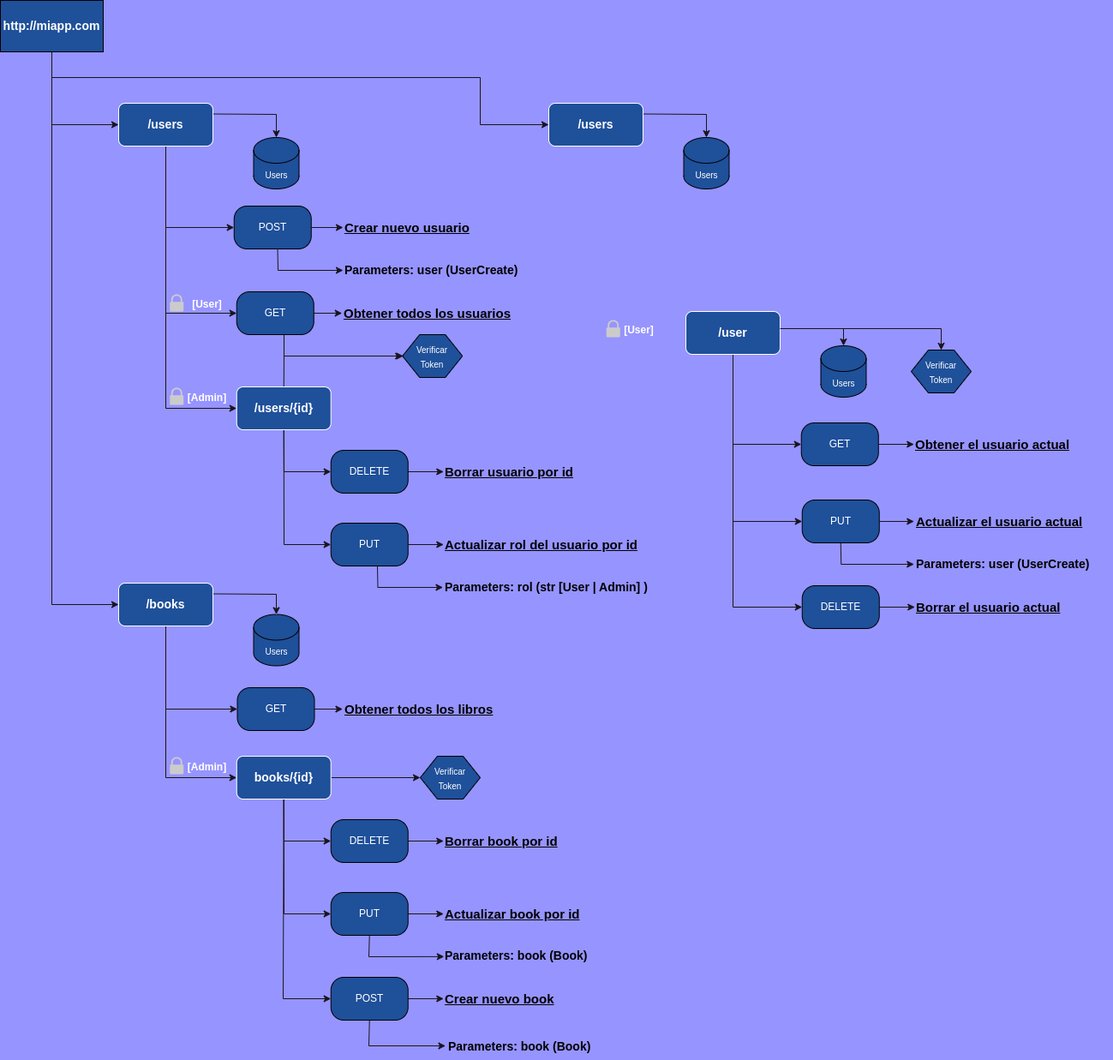
Jav-mol/api_users keeps this draw.io diagram as app/diagram.drawio.png. Above is the earlier version. Source tidied: cells renumbered, new cells last; positions are measured from the earlier drawing's top-left corner, leaving out a move shared by most shapes.
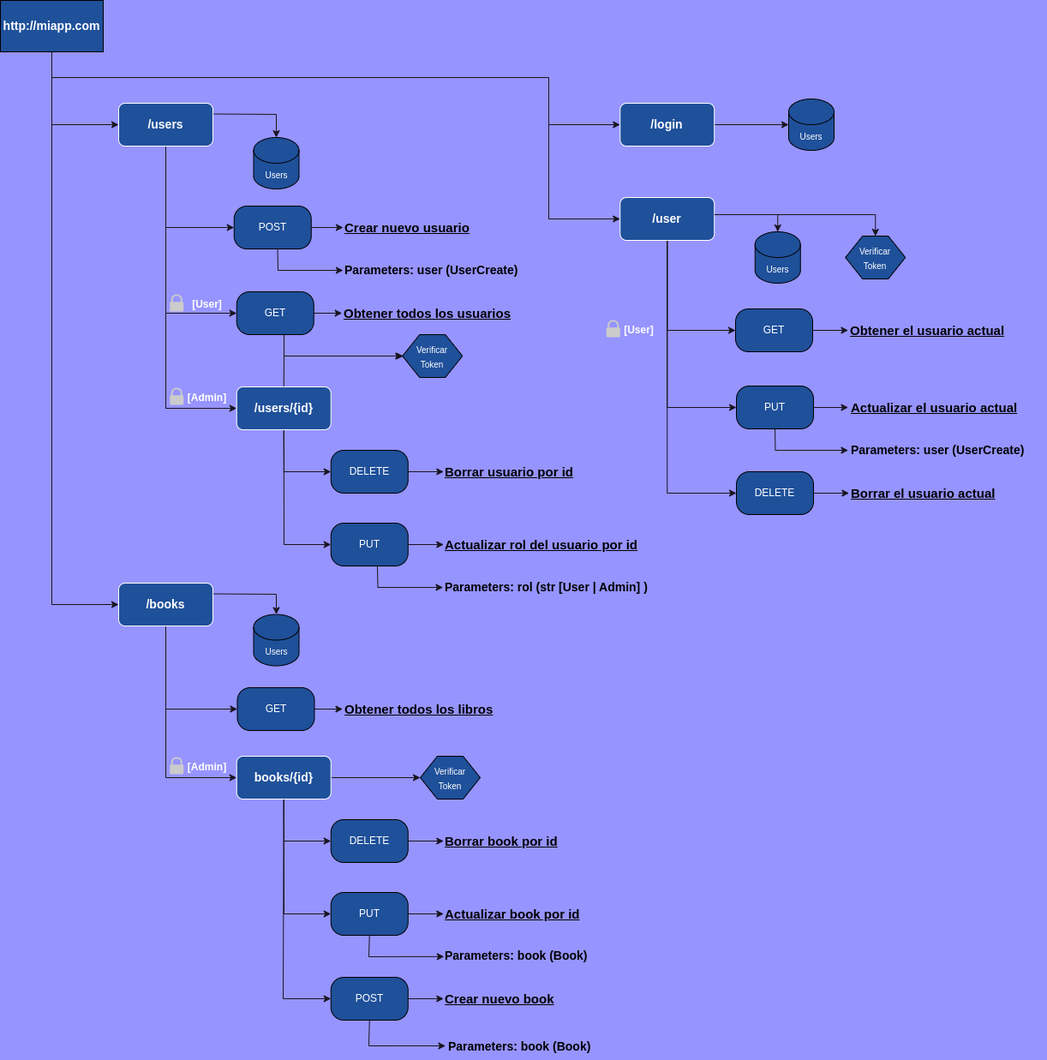
The same diagram one commit later.

Commit message:
diagram login 2

Diff of the diagram source:
```diff
@@ -20,11 +20,20 @@
       <mxGeometry relative="1" as="geometry">
         <Array as="points">
           <mxPoint x="60" y="90" />
-          <mxPoint x="560" y="90" />
-          <mxPoint x="560" y="145" />
+          <mxPoint x="640" y="90" />
+          <mxPoint x="640" y="145" />
         </Array>
       </mxGeometry>
     </mxCell>
+    <mxCell id="91" style="edgeStyle=none;rounded=0;html=1;exitX=0.5;exitY=1;exitDx=0;exitDy=0;entryX=0;entryY=0.5;entryDx=0;entryDy=0;strokeColor=#18141D;" parent="1" edge="1" source="5" target="12">
+      <mxGeometry relative="1" as="geometry">
+        <Array as="points">
+          <mxPoint x="60" y="90" />
+          <mxPoint x="640" y="90" />
+          <mxPoint x="640" y="255" />
+        </Array>
+      </mxGeometry>
+    </mxCell>
     <mxCell id="5" value="&lt;font style=&quot;font-size: 14px;&quot;&gt;http://miapp.com&lt;/font&gt;" style="rounded=0;whiteSpace=wrap;html=1;fillColor=#1F509A;fontStyle=1;fontColor=#FFFFFF;" parent="1" vertex="1">
       <mxGeometry width="120" height="60" as="geometry" />
     </mxCell>
@@ -36,44 +45,44 @@
     </mxCell>
     <mxCell id="8" style="edgeStyle=none;rounded=0;html=1;entryX=0.5;entryY=0;entryDx=0;entryDy=0;entryPerimeter=0;strokeColor=#18141D;fontSize=14;" parent="1" edge="1" target="17">
       <mxGeometry relative="1" as="geometry">
-        <mxPoint x="869" y="383" as="sourcePoint" />
+        <mxPoint x="792.2" y="250" as="sourcePoint" />
         <Array as="points">
-          <mxPoint x="984" y="383" />
+          <mxPoint x="907.2" y="250" />
         </Array>
       </mxGeometry>
     </mxCell>
     <mxCell id="9" style="edgeStyle=none;rounded=0;html=1;exitX=0.5;exitY=1;exitDx=0;exitDy=0;strokeColor=#18141D;fontSize=14;entryX=0;entryY=0.5;entryDx=0;entryDy=0;" parent="1" edge="1" source="12" target="22">
       <mxGeometry relative="1" as="geometry">
         <Array as="points">
-          <mxPoint x="855" y="608" />
+          <mxPoint x="778.2" y="475" />
         </Array>
       </mxGeometry>
     </mxCell>
     <mxCell id="10" style="edgeStyle=none;rounded=0;html=1;exitX=0.5;exitY=1;exitDx=0;exitDy=0;entryX=0;entryY=0.5;entryDx=0;entryDy=0;strokeColor=#18141D;fontSize=14;" parent="1" edge="1" source="12" target="16">
       <mxGeometry relative="1" as="geometry">
         <Array as="points">
-          <mxPoint x="855" y="518" />
+          <mxPoint x="778.2" y="385" />
         </Array>
       </mxGeometry>
     </mxCell>
     <mxCell id="11" style="edgeStyle=none;rounded=0;html=1;exitX=0.5;exitY=1;exitDx=0;exitDy=0;entryX=0;entryY=0.5;entryDx=0;entryDy=0;strokeColor=#18141D;fontSize=15;" parent="1" edge="1" source="12" target="26">
       <mxGeometry relative="1" as="geometry">
         <Array as="points">
-          <mxPoint x="855" y="708" />
+          <mxPoint x="778.2" y="575" />
         </Array>
       </mxGeometry>
     </mxCell>
     <mxCell id="12" value="&lt;font style=&quot;font-size: 14px;&quot;&gt;&lt;b&gt;/user&lt;/b&gt;&lt;/font&gt;" style="rounded=1;whiteSpace=wrap;html=1;strokeColor=#FFFFFF;fillColor=#1F509A;fontColor=#FFFFFF;" parent="1" vertex="1">
-      <mxGeometry x="800" y="363" width="110" height="50" as="geometry" />
+      <mxGeometry x="723.2" y="230" width="110" height="50" as="geometry" />
     </mxCell>
     <mxCell id="13" value="&lt;u style=&quot;font-size: 15px;&quot;&gt;&lt;b style=&quot;font-size: 15px;&quot;&gt;Obtener el usuario actual&lt;/b&gt;&lt;/u&gt;" style="text;html=1;align=left;verticalAlign=middle;points=[];strokeColor=none;fillColor=none;fontSize=15;" parent="1" vertex="1">
-      <mxGeometry x="1066.2" y="503" width="200" height="30" as="geometry" />
+      <mxGeometry x="989.5" y="370" width="200" height="30" as="geometry" />
     </mxCell>
     <mxCell id="14" style="edgeStyle=none;html=1;fontSize=14;entryX=0.5;entryY=0;entryDx=0;entryDy=0;strokeColor=#18141D;fontColor=#FFFFFF;rounded=0;" parent="1" edge="1" target="18">
       <mxGeometry relative="1" as="geometry">
-        <mxPoint x="910" y="383" as="sourcePoint" />
+        <mxPoint x="833.2" y="250" as="sourcePoint" />
         <Array as="points">
-          <mxPoint x="1098" y="383" />
+          <mxPoint x="1021.2" y="250" />
         </Array>
       </mxGeometry>
     </mxCell>
@@ -81,44 +90,44 @@
       <mxGeometry relative="1" as="geometry" />
     </mxCell>
     <mxCell id="16" value="GET" style="rounded=1;whiteSpace=wrap;html=1;arcSize=30;fillColor=#1F509A;fontColor=#FFFFFF;" parent="1" vertex="1">
-      <mxGeometry x="934.8" y="493" width="90" height="50" as="geometry" />
+      <mxGeometry x="858" y="360" width="90" height="50" as="geometry" />
     </mxCell>
     <mxCell id="17" value="&lt;font style=&quot;font-size: 10px;&quot;&gt;Users&lt;/font&gt;" style="shape=cylinder3;whiteSpace=wrap;html=1;boundedLbl=1;backgroundOutline=1;size=15;strokeWidth=1;fontSize=14;fillColor=#1F509A;fontColor=#FFFFFF;" parent="1" vertex="1">
-      <mxGeometry x="957.5" y="403" width="53" height="60" as="geometry" />
+      <mxGeometry x="880.8" y="270" width="53" height="60" as="geometry" />
     </mxCell>
     <mxCell id="18" value="&lt;font style=&quot;font-size: 10px;&quot;&gt;Verificar &lt;br&gt;Token&lt;/font&gt;" style="shape=hexagon;perimeter=hexagonPerimeter2;whiteSpace=wrap;html=1;fixedSize=1;strokeWidth=1;fontSize=14;fillColor=#1F509A;fontColor=#FFFFFF;" parent="1" vertex="1">
-      <mxGeometry x="1063" y="408" width="70" height="50" as="geometry" />
+      <mxGeometry x="986.2" y="275" width="70" height="50" as="geometry" />
     </mxCell>
     <mxCell id="19" value="&lt;u style=&quot;font-size: 15px;&quot;&gt;&lt;b style=&quot;font-size: 15px;&quot;&gt;Actualizar el usuario actual&lt;/b&gt;&lt;/u&gt;" style="text;html=1;align=left;verticalAlign=middle;strokeColor=none;fillColor=none;fontSize=15;" parent="1" vertex="1">
-      <mxGeometry x="1067.2" y="593" width="220" height="30" as="geometry" />
+      <mxGeometry x="990.5" y="460" width="220" height="30" as="geometry" />
     </mxCell>
     <mxCell id="20" style="edgeStyle=none;html=1;exitX=1;exitY=0.5;exitDx=0;exitDy=0;strokeColor=#18141D;fontColor=#FFFFFF;" parent="1" edge="1" source="22">
       <mxGeometry relative="1" as="geometry">
-        <mxPoint x="1066.2" y="608" as="targetPoint" />
+        <mxPoint x="989.5" y="475" as="targetPoint" />
       </mxGeometry>
     </mxCell>
     <mxCell id="21" style="edgeStyle=none;rounded=0;html=1;exitX=0.5;exitY=1;exitDx=0;exitDy=0;strokeColor=#18141D;fontSize=14;" parent="1" edge="1" source="22">
       <mxGeometry relative="1" as="geometry">
-        <mxPoint x="1066.2" y="658" as="targetPoint" />
+        <mxPoint x="989.5" y="525" as="targetPoint" />
         <Array as="points">
-          <mxPoint x="981.2" y="658" />
+          <mxPoint x="904.5" y="525" />
         </Array>
       </mxGeometry>
     </mxCell>
     <mxCell id="22" value="PUT" style="rounded=1;whiteSpace=wrap;html=1;arcSize=30;fillColor=#1F509A;fontColor=#FFFFFF;" parent="1" vertex="1">
-      <mxGeometry x="935.8" y="583" width="90" height="50" as="geometry" />
+      <mxGeometry x="859" y="450" width="90" height="50" as="geometry" />
     </mxCell>
     <mxCell id="23" value="&lt;b&gt;Parameters: user (UserCreate)&lt;/b&gt;" style="text;html=1;align=left;verticalAlign=middle;strokeColor=none;fillColor=none;fontSize=14;" parent="1" vertex="1">
-      <mxGeometry x="1067.2" y="643" width="230" height="30" as="geometry" />
+      <mxGeometry x="990.5" y="510" width="230" height="30" as="geometry" />
     </mxCell>
     <mxCell id="24" value="&lt;u style=&quot;font-size: 15px;&quot;&gt;&lt;b style=&quot;font-size: 15px;&quot;&gt;Borrar el usuario actual&lt;/b&gt;&lt;/u&gt;" style="text;html=1;align=left;verticalAlign=middle;points=[];strokeColor=none;fillColor=none;fontSize=15;" parent="1" vertex="1">
-      <mxGeometry x="1067.2" y="693" width="190" height="30" as="geometry" />
+      <mxGeometry x="990.5" y="560" width="190" height="30" as="geometry" />
     </mxCell>
     <mxCell id="25" style="edgeStyle=none;rounded=0;html=1;strokeColor=#18141D;fontSize=14;" parent="1" edge="1" source="26" target="24">
       <mxGeometry relative="1" as="geometry" />
     </mxCell>
     <mxCell id="26" value="DELETE" style="rounded=1;whiteSpace=wrap;html=1;arcSize=30;fillColor=#1F509A;fontColor=#FFFFFF;" parent="1" vertex="1">
-      <mxGeometry x="935.8" y="683" width="90" height="50" as="geometry" />
+      <mxGeometry x="859" y="550" width="90" height="50" as="geometry" />
     </mxCell>
     <mxCell id="27" style="edgeStyle=none;rounded=0;html=1;exitX=0.5;exitY=1;exitDx=0;exitDy=0;entryX=0;entryY=0.5;entryDx=0;entryDy=0;strokeColor=#18141D;fontSize=15;" parent="1" edge="1" source="31" target="39">
       <mxGeometry relative="1" as="geometry">
@@ -380,18 +389,14 @@
     <mxCell id="87" value="&lt;b&gt;&amp;nbsp;Parameters: book (Book)&lt;/b&gt;" style="text;html=1;align=left;verticalAlign=middle;points=[];strokeColor=none;fillColor=none;fontSize=14;" parent="1" vertex="1">
       <mxGeometry x="517.2" y="1206" width="190" height="30" as="geometry" />
     </mxCell>
-    <mxCell id="88" style="edgeStyle=none;rounded=0;html=1;exitX=1;exitY=0.25;exitDx=0;exitDy=0;entryX=0.5;entryY=0;entryDx=0;entryDy=0;entryPerimeter=0;strokeColor=#18141D;" parent="1" edge="1" source="89" target="90">
-      <mxGeometry relative="1" as="geometry">
-        <Array as="points">
-          <mxPoint x="824" y="133" />
-        </Array>
-      </mxGeometry>
+    <mxCell id="88" style="edgeStyle=none;rounded=0;html=1;exitX=1;exitY=0.5;exitDx=0;exitDy=0;entryX=0;entryY=0.5;entryDx=0;entryDy=0;entryPerimeter=0;strokeColor=#18141D;" parent="1" edge="1" source="89" target="90">
+      <mxGeometry relative="1" as="geometry" />
     </mxCell>
-    <mxCell id="89" value="&lt;font style=&quot;font-size: 14px;&quot;&gt;&lt;b&gt;/users&lt;/b&gt;&lt;/font&gt;" style="rounded=1;whiteSpace=wrap;html=1;strokeColor=#FFFFFF;fillColor=#1F509A;fontColor=#FFFFFF;" parent="1" vertex="1">
-      <mxGeometry x="640" y="120" width="110" height="50" as="geometry" />
+    <mxCell id="89" value="&lt;span style=&quot;font-size: 14px;&quot;&gt;&lt;b&gt;/login&lt;/b&gt;&lt;/span&gt;" style="rounded=1;whiteSpace=wrap;html=1;strokeColor=#FFFFFF;fillColor=#1F509A;fontColor=#FFFFFF;" parent="1" vertex="1">
+      <mxGeometry x="723.2" y="120" width="110" height="50" as="geometry" />
     </mxCell>
     <mxCell id="90" value="&lt;font style=&quot;font-size: 10px;&quot;&gt;Users&lt;/font&gt;" style="shape=cylinder3;whiteSpace=wrap;html=1;boundedLbl=1;backgroundOutline=1;size=15;strokeWidth=1;fontSize=14;fillColor=#1F509A;fontColor=#FFFFFF;" parent="1" vertex="1">
-      <mxGeometry x="797.5" y="160" width="53" height="60" as="geometry" />
+      <mxGeometry x="920" y="115" width="53" height="60" as="geometry" />
     </mxCell>
   </root>
 </mxGraphModel>
```
